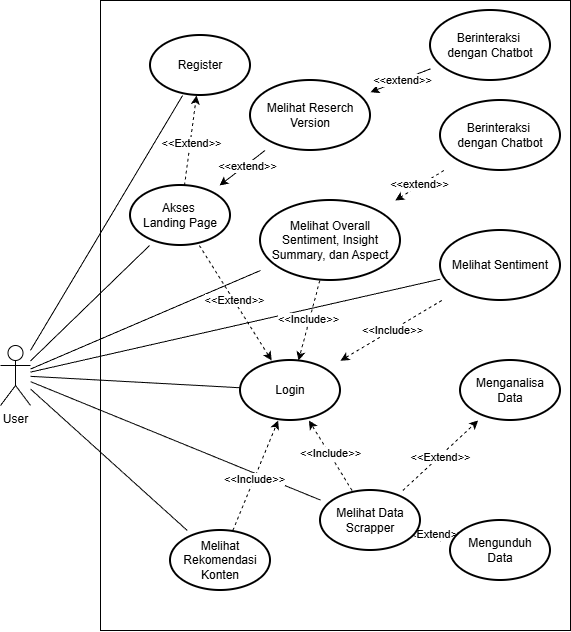
This is gambar/usecase-TA.png from NasFahmi/Laporan-Tugas-Akhir, a draw.io export, as it was before one commit. Source tidied: cells renumbered, new cells last; positions are measured from the earlier drawing's top-left corner, leaving out a move shared by most shapes.
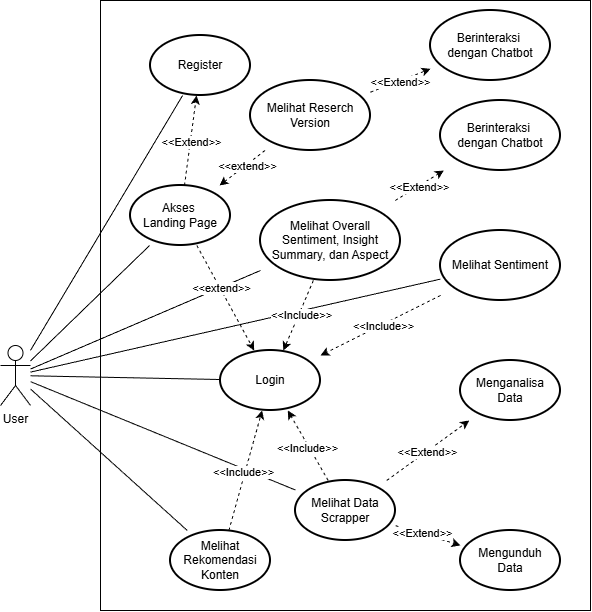
The same file after the commit.

Change to the diagram source:
```diff
@@ -3,135 +3,139 @@
     <mxCell id="0" />
     <mxCell id="1" parent="0" />
     <mxCell id="2" style="rounded=0;whiteSpace=wrap;html=1;fillColor=none;" parent="1" vertex="1">
-      <mxGeometry x="100" width="470" height="630" as="geometry" />
+      <mxGeometry x="100" width="490" height="610" as="geometry" />
     </mxCell>
-    <mxCell id="3" style="rounded=0;jettySize=auto;html=1;strokeColor=default;endArrow=none;endFill=0;" parent="1" edge="1" source="9" target="25">
+    <mxCell id="3" style="rounded=0;jettySize=auto;html=1;strokeColor=default;endArrow=none;endFill=0;" parent="1" edge="1" source="9" target="17">
       <mxGeometry relative="1" as="geometry" />
     </mxCell>
-    <mxCell id="4" style="rounded=0;jettySize=auto;html=1;endArrow=none;endFill=0;" parent="1" edge="1" source="9" target="29">
+    <mxCell id="4" style="rounded=0;jettySize=auto;html=1;endArrow=none;endFill=0;" parent="1" edge="1" source="9" target="23">
       <mxGeometry relative="1" as="geometry" />
     </mxCell>
-    <mxCell id="5" style="rounded=0;jettySize=auto;html=1;endArrow=none;endFill=0;" parent="1" edge="1" source="9" target="17">
+    <mxCell id="5" style="rounded=0;jettySize=auto;html=1;endArrow=none;endFill=0;" parent="1" edge="1" source="9" target="11">
       <mxGeometry relative="1" as="geometry" />
     </mxCell>
-    <mxCell id="6" style="rounded=0;jettySize=auto;html=1;endArrow=none;endFill=0;" parent="1" edge="1" source="9" target="24">
+    <mxCell id="6" style="rounded=0;jettySize=auto;html=1;endArrow=none;endFill=0;" parent="1" edge="1" source="9" target="16">
       <mxGeometry relative="1" as="geometry" />
     </mxCell>
-    <mxCell id="7" style="rounded=0;jettySize=auto;html=1;endArrow=none;endFill=0;" parent="1" edge="1" source="9" target="14">
+    <mxCell id="7" style="rounded=0;jettySize=auto;html=1;endArrow=none;endFill=0;" parent="1" edge="1" source="9" target="10">
       <mxGeometry relative="1" as="geometry" />
     </mxCell>
-    <mxCell id="8" style="rounded=0;jettySize=auto;html=1;endArrow=none;endFill=0;" parent="1" edge="1" source="9" target="26">
+    <mxCell id="8" style="rounded=0;jettySize=auto;html=1;endArrow=none;endFill=0;" parent="1" edge="1" source="9" target="18">
       <mxGeometry relative="1" as="geometry" />
     </mxCell>
     <mxCell id="9" value="User" style="shape=umlActor;verticalLabelPosition=bottom;verticalAlign=top;html=1;outlineConnect=0;" parent="1" vertex="1">
       <mxGeometry y="345" width="30" height="60" as="geometry" />
     </mxCell>
-    <mxCell id="10" style="rounded=0;jettySize=auto;html=1;dashed=1;" parent="1" edge="1" source="29" target="25">
-      <mxGeometry relative="1" as="geometry" />
+    <mxCell id="10" value="Melihat Sentiment" style="strokeWidth=2;html=1;shape=mxgraph.flowchart.start_1;whiteSpace=wrap;" parent="1" vertex="1">
+      <mxGeometry x="440" y="230" width="120" height="70" as="geometry" />
     </mxCell>
-    <mxCell id="11" value="&amp;lt;&amp;lt;Include&amp;gt;&amp;gt;" style="edgeLabel;html=1;align=center;verticalAlign=middle;points=[];" parent="10" vertex="1">
-      <mxGeometry x="-0.03" y="-2" relative="1" as="geometry" />
+    <mxCell id="11" value="Melihat Rekomendasi Konten" style="strokeWidth=2;html=1;shape=mxgraph.flowchart.start_1;whiteSpace=wrap;" parent="1" vertex="1">
+      <mxGeometry x="170" y="530" width="100" height="60" as="geometry" />
     </mxCell>
-    <mxCell id="12" style="rounded=0;jettySize=auto;html=1;dashed=1;" parent="1" edge="1" source="14" target="25">
+    <mxCell id="12" style="rounded=0;jettySize=auto;html=1;dashed=1;" parent="1" edge="1" source="16" target="19">
       <mxGeometry relative="1" as="geometry" />
     </mxCell>
-    <mxCell id="13" value="&amp;lt;&amp;lt;Include&amp;gt;&amp;gt;" style="edgeLabel;html=1;align=center;verticalAlign=middle;" parent="12" vertex="1">
-      <mxGeometry x="-0.01" relative="1" as="geometry" />
+    <mxCell id="13" value="&amp;lt;&amp;lt;Extend&amp;gt;&amp;gt;" style="edgeLabel;html=1;align=center;verticalAlign=middle;" parent="12" vertex="1">
+      <mxGeometry x="-0.18" y="1" relative="1" as="geometry" />
     </mxCell>
-    <mxCell id="14" value="Melihat Sentiment" style="strokeWidth=2;html=1;shape=mxgraph.flowchart.start_1;whiteSpace=wrap;" parent="1" vertex="1">
-      <mxGeometry x="440" y="230" width="120" height="70" as="geometry" />
+    <mxCell id="14" style="rounded=0;jettySize=auto;html=1;dashed=1;" parent="1" edge="1" source="16" target="20">
+      <mxGeometry relative="1" as="geometry" />
     </mxCell>
-    <mxCell id="15" style="rounded=0;jettySize=auto;html=1;dashed=1;" parent="1" edge="1" source="17" target="25">
-      <mxGeometry relative="1" as="geometry" />
+    <mxCell id="15" value="&amp;lt;&amp;lt;Extend&amp;gt;&amp;gt;" style="edgeLabel;html=1;align=center;verticalAlign=middle;" parent="14" vertex="1">
+      <mxGeometry x="-0.03" relative="1" as="geometry">
+        <mxPoint y="1" as="offset" />
+      </mxGeometry>
     </mxCell>
-    <mxCell id="16" value="&amp;lt;&amp;lt;Include&amp;gt;&amp;gt;" style="edgeLabel;html=1;align=center;verticalAlign=middle;points=[];" parent="15" vertex="1">
-      <mxGeometry x="-0.06" relative="1" as="geometry" />
+    <mxCell id="16" value="Melihat Data Scrapper" style="strokeWidth=2;html=1;shape=mxgraph.flowchart.start_1;whiteSpace=wrap;" parent="1" vertex="1">
+      <mxGeometry x="295" y="480" width="100" height="60" as="geometry" />
     </mxCell>
-    <mxCell id="17" value="Melihat Rekomendasi Konten" style="strokeWidth=2;html=1;shape=mxgraph.flowchart.start_1;whiteSpace=wrap;" parent="1" vertex="1">
-      <mxGeometry x="170" y="530" width="100" height="60" as="geometry" />
+    <mxCell id="17" value="Login" style="strokeWidth=2;html=1;shape=mxgraph.flowchart.start_1;whiteSpace=wrap;" parent="1" vertex="1">
+      <mxGeometry x="220" y="350" width="100" height="60" as="geometry" />
     </mxCell>
-    <mxCell id="18" style="rounded=0;jettySize=auto;html=1;dashed=1;" parent="1" edge="1" source="24" target="25">
-      <mxGeometry relative="1" as="geometry" />
+    <mxCell id="18" value="Register" style="strokeWidth=2;html=1;shape=mxgraph.flowchart.start_1;whiteSpace=wrap;" parent="1" vertex="1">
+      <mxGeometry x="150" y="35" width="100" height="60" as="geometry" />
     </mxCell>
-    <mxCell id="19" value="&amp;lt;&amp;lt;Include&amp;gt;&amp;gt;" style="edgeLabel;html=1;align=center;verticalAlign=middle;points=[];" parent="18" vertex="1">
-      <mxGeometry x="0.07" y="-1" relative="1" as="geometry" />
+    <mxCell id="19" value="Mengunduh&lt;div&gt;&lt;span style=&quot;background-color: transparent; color: light-dark(rgb(0, 0, 0), rgb(255, 255, 255));&quot;&gt;Data&lt;/span&gt;&lt;/div&gt;" style="strokeWidth=2;html=1;shape=mxgraph.flowchart.start_1;whiteSpace=wrap;" parent="1" vertex="1">
+      <mxGeometry x="460" y="530" width="100" height="60" as="geometry" />
     </mxCell>
-    <mxCell id="20" style="rounded=0;jettySize=auto;html=1;dashed=1;" parent="1" edge="1" source="24" target="27">
-      <mxGeometry relative="1" as="geometry" />
+    <mxCell id="20" value="Menganalisa&lt;div&gt;Data&lt;/div&gt;" style="strokeWidth=2;html=1;shape=mxgraph.flowchart.start_1;whiteSpace=wrap;" parent="1" vertex="1">
+      <mxGeometry x="460" y="360" width="100" height="60" as="geometry" />
     </mxCell>
-    <mxCell id="21" value="&amp;lt;&amp;lt;Extend&amp;gt;&amp;gt;" style="edgeLabel;html=1;align=center;verticalAlign=middle;" parent="20" vertex="1">
-      <mxGeometry x="-0.18" y="1" relative="1" as="geometry" />
+    <mxCell id="21" style="rounded=0;jettySize=auto;html=1;dashed=1;" parent="1" edge="1" source="23" target="17">
+      <mxGeometry relative="1" as="geometry" />
     </mxCell>
-    <mxCell id="22" style="rounded=0;jettySize=auto;html=1;dashed=1;" parent="1" edge="1" source="24" target="28">
-      <mxGeometry relative="1" as="geometry" />
+    <mxCell id="22" value="&amp;lt;&amp;lt;Include&amp;gt;&amp;gt;" style="edgeLabel;html=1;align=center;verticalAlign=middle;" parent="21" vertex="1">
+      <mxGeometry x="-0.04" y="2" relative="1" as="geometry" />
     </mxCell>
-    <mxCell id="23" value="&amp;lt;&amp;lt;Extend&amp;gt;&amp;gt;" style="edgeLabel;html=1;align=center;verticalAlign=middle;points=[];" parent="22" vertex="1">
-      <mxGeometry x="-0.03" relative="1" as="geometry">
-        <mxPoint y="1" as="offset" />
-      </mxGeometry>
+    <mxCell id="23" value="Melihat Overall Sentiment, Insight Summary, dan Aspect" style="strokeWidth=2;html=1;shape=mxgraph.flowchart.start_1;whiteSpace=wrap;" parent="1" vertex="1">
+      <mxGeometry x="260" y="200" width="140" height="80" as="geometry" />
     </mxCell>
-    <mxCell id="24" value="Melihat Data Scrapper" style="strokeWidth=2;html=1;shape=mxgraph.flowchart.start_1;whiteSpace=wrap;" parent="1" vertex="1">
-      <mxGeometry x="320" y="490" width="100" height="60" as="geometry" />
+    <mxCell id="24" style="rounded=0;jettySize=auto;html=1;dashed=1;" parent="1" edge="1" source="27" target="18">
+      <mxGeometry relative="1" as="geometry" />
     </mxCell>
-    <mxCell id="25" value="Login" style="strokeWidth=2;html=1;shape=mxgraph.flowchart.start_1;whiteSpace=wrap;" parent="1" vertex="1">
-      <mxGeometry x="240" y="360" width="100" height="60" as="geometry" />
+    <mxCell id="25" value="&amp;lt;&amp;lt;Extend&amp;gt;&amp;gt;" style="edgeLabel;html=1;align=center;verticalAlign=middle;points=[];" parent="24" vertex="1">
+      <mxGeometry x="-0.05" y="-1" relative="1" as="geometry" />
     </mxCell>
-    <mxCell id="26" value="Register" style="strokeWidth=2;html=1;shape=mxgraph.flowchart.start_1;whiteSpace=wrap;" parent="1" vertex="1">
-      <mxGeometry x="150" y="35" width="100" height="60" as="geometry" />
+    <mxCell id="26" style="rounded=0;jettySize=auto;html=1;endArrow=none;endFill=0;" parent="1" edge="1" source="9" target="27">
+      <mxGeometry relative="1" as="geometry" />
     </mxCell>
-    <mxCell id="27" value="Mengunduh&lt;div&gt;&lt;span style=&quot;background-color: transparent; color: light-dark(rgb(0, 0, 0), rgb(255, 255, 255));&quot;&gt;Data&lt;/span&gt;&lt;/div&gt;" style="strokeWidth=2;html=1;shape=mxgraph.flowchart.start_1;whiteSpace=wrap;" parent="1" vertex="1">
-      <mxGeometry x="450" y="520" width="100" height="60" as="geometry" />
+    <mxCell id="27" value="Akses&amp;nbsp;&lt;div&gt;Landing Page&lt;/div&gt;" style="strokeWidth=2;html=1;shape=mxgraph.flowchart.start_1;whiteSpace=wrap;" parent="1" vertex="1">
+      <mxGeometry x="130" y="185" width="100" height="60" as="geometry" />
     </mxCell>
-    <mxCell id="28" value="Menganalisa&lt;div&gt;Data&lt;/div&gt;" style="strokeWidth=2;html=1;shape=mxgraph.flowchart.start_1;whiteSpace=wrap;" parent="1" vertex="1">
-      <mxGeometry x="460" y="360" width="100" height="60" as="geometry" />
+    <mxCell id="28" value="Berinteraksi&amp;nbsp;&lt;div&gt;dengan&amp;nbsp;&lt;span style=&quot;background-color: transparent; color: light-dark(rgb(0, 0, 0), rgb(255, 255, 255));&quot;&gt;Chatbot&lt;/span&gt;&lt;/div&gt;" style="strokeWidth=2;html=1;shape=mxgraph.flowchart.start_1;whiteSpace=wrap;" parent="1" vertex="1">
+      <mxGeometry x="440" y="100" width="120" height="70" as="geometry" />
     </mxCell>
-    <mxCell id="29" value="Melihat Overall Sentiment, Insight Summary, dan Aspect" style="strokeWidth=2;html=1;shape=mxgraph.flowchart.start_1;whiteSpace=wrap;" parent="1" vertex="1">
-      <mxGeometry x="260" y="200" width="140" height="80" as="geometry" />
+    <mxCell id="29" style="rounded=0;jettySize=auto;html=1;dashed=1;" parent="1" edge="1" source="31" target="27">
+      <mxGeometry relative="1" as="geometry" />
     </mxCell>
-    <mxCell id="30" style="rounded=0;jettySize=auto;html=1;dashed=1;" parent="1" edge="1" source="35" target="26">
-      <mxGeometry relative="1" as="geometry" />
+    <mxCell id="30" value="&amp;lt;&amp;lt;extend&amp;gt;&amp;gt;" style="edgeLabel;html=1;align=center;verticalAlign=middle;" parent="29" vertex="1">
+      <mxGeometry x="-0.18" y="1" relative="1" as="geometry" />
     </mxCell>
-    <mxCell id="31" value="&amp;lt;&amp;lt;Extend&amp;gt;&amp;gt;" style="edgeLabel;html=1;align=center;verticalAlign=middle;points=[];" parent="30" vertex="1">
-      <mxGeometry x="-0.05" y="-1" relative="1" as="geometry" />
+    <mxCell id="31" value="Melihat Reserch Version" style="strokeWidth=2;html=1;shape=mxgraph.flowchart.start_1;whiteSpace=wrap;" parent="1" vertex="1">
+      <mxGeometry x="250" y="80" width="120" height="70" as="geometry" />
     </mxCell>
-    <mxCell id="32" style="rounded=0;jettySize=auto;html=1;dashed=1;" parent="1" edge="1" source="35" target="25">
-      <mxGeometry relative="1" as="geometry" />
+    <mxCell id="32" value="Berinteraksi&amp;nbsp;&lt;div&gt;dengan&amp;nbsp;&lt;span style=&quot;background-color: transparent; color: light-dark(rgb(0, 0, 0), rgb(255, 255, 255));&quot;&gt;Chatbot&lt;/span&gt;&lt;/div&gt;" style="strokeWidth=2;html=1;shape=mxgraph.flowchart.start_1;whiteSpace=wrap;" parent="1" vertex="1">
+      <mxGeometry x="430" y="10" width="120" height="70" as="geometry" />
     </mxCell>
-    <mxCell id="33" value="&amp;lt;&amp;lt;Extend&amp;gt;&amp;gt;" style="edgeLabel;html=1;align=center;verticalAlign=middle;" parent="32" vertex="1">
-      <mxGeometry x="-0.04" relative="1" as="geometry" />
+    <mxCell id="33" style="rounded=0;jettySize=auto;html=1;dashed=1;" parent="1" edge="1" source="31" target="32">
+      <mxGeometry relative="1" as="geometry" />
     </mxCell>
-    <mxCell id="34" style="rounded=0;jettySize=auto;html=1;endArrow=none;endFill=0;" parent="1" edge="1" source="9" target="35">
-      <mxGeometry relative="1" as="geometry" />
+    <mxCell id="34" value="&amp;lt;&amp;lt;Extend&amp;gt;&amp;gt;" style="edgeLabel;html=1;align=center;verticalAlign=middle;" parent="33" vertex="1">
+      <mxGeometry x="-0.03" relative="1" as="geometry">
+        <mxPoint y="1" as="offset" />
+      </mxGeometry>
     </mxCell>
-    <mxCell id="35" value="Akses&amp;nbsp;&lt;div&gt;Landing Page&lt;/div&gt;" style="strokeWidth=2;html=1;shape=mxgraph.flowchart.start_1;whiteSpace=wrap;" parent="1" vertex="1">
-      <mxGeometry x="130" y="185" width="100" height="60" as="geometry" />
+    <mxCell id="35" style="rounded=0;jettySize=auto;html=1;dashed=1;" parent="1" edge="1" source="23" target="28">
+      <mxGeometry relative="1" as="geometry" />
     </mxCell>
-    <mxCell id="36" value="Berinteraksi&amp;nbsp;&lt;div&gt;dengan&amp;nbsp;&lt;span style=&quot;background-color: transparent; color: light-dark(rgb(0, 0, 0), rgb(255, 255, 255));&quot;&gt;Chatbot&lt;/span&gt;&lt;/div&gt;" style="strokeWidth=2;html=1;shape=mxgraph.flowchart.start_1;whiteSpace=wrap;" parent="1" vertex="1">
-      <mxGeometry x="440" y="100" width="120" height="70" as="geometry" />
+    <mxCell id="36" value="&amp;lt;&amp;lt;Extend&amp;gt;&amp;gt;" style="edgeLabel;html=1;align=center;verticalAlign=middle;points=[];" parent="35" vertex="1">
+      <mxGeometry x="-0.03" relative="1" as="geometry">
+        <mxPoint y="1" as="offset" />
+      </mxGeometry>
     </mxCell>
-    <mxCell id="37" style="rounded=0;jettySize=auto;html=1;dashed=1;" parent="1" edge="1" source="36" target="29">
+    <mxCell id="37" style="rounded=0;jettySize=auto;html=1;dashed=1;" parent="1" edge="1" source="27" target="17">
       <mxGeometry relative="1" as="geometry" />
     </mxCell>
     <mxCell id="38" value="&amp;lt;&amp;lt;extend&amp;gt;&amp;gt;" style="edgeLabel;html=1;align=center;verticalAlign=middle;" parent="37" vertex="1">
-      <mxGeometry x="-0.03" y="-2" relative="1" as="geometry" />
+      <mxGeometry x="-0.18" y="1" relative="1" as="geometry" />
     </mxCell>
-    <mxCell id="39" style="rounded=0;jettySize=auto;html=1;" parent="1" edge="1" source="41" target="35">
+    <mxCell id="39" style="rounded=0;jettySize=auto;html=1;dashed=1;" parent="1" edge="1" source="10" target="17">
       <mxGeometry relative="1" as="geometry" />
     </mxCell>
-    <mxCell id="40" value="&amp;lt;&amp;lt;extend&amp;gt;&amp;gt;" style="edgeLabel;html=1;align=center;verticalAlign=middle;" parent="39" vertex="1">
-      <mxGeometry x="-0.18" y="1" relative="1" as="geometry" />
+    <mxCell id="40" value="&amp;lt;&amp;lt;Include&amp;gt;&amp;gt;" style="edgeLabel;html=1;align=center;verticalAlign=middle;" parent="39" vertex="1">
+      <mxGeometry x="-0.04" y="2" relative="1" as="geometry" />
     </mxCell>
-    <mxCell id="41" value="Melihat Reserch Version" style="strokeWidth=2;html=1;shape=mxgraph.flowchart.start_1;whiteSpace=wrap;" parent="1" vertex="1">
-      <mxGeometry x="250" y="80" width="120" height="70" as="geometry" />
+    <mxCell id="41" style="rounded=0;jettySize=auto;html=1;dashed=1;" parent="1" edge="1" source="11" target="17">
+      <mxGeometry relative="1" as="geometry" />
     </mxCell>
-    <mxCell id="42" style="rounded=0;jettySize=auto;html=1;" parent="1" edge="1" source="44" target="41">
-      <mxGeometry relative="1" as="geometry" />
+    <mxCell id="42" value="&amp;lt;&amp;lt;Include&amp;gt;&amp;gt;" style="edgeLabel;html=1;align=center;verticalAlign=middle;" parent="41" vertex="1">
+      <mxGeometry x="-0.04" y="2" relative="1" as="geometry" />
     </mxCell>
-    <mxCell id="43" value="&amp;lt;&amp;lt;extend&amp;gt;&amp;gt;" style="edgeLabel;html=1;align=center;verticalAlign=middle;" parent="42" vertex="1">
-      <mxGeometry x="-0.05" relative="1" as="geometry" />
+    <mxCell id="43" style="rounded=0;jettySize=auto;html=1;dashed=1;" parent="1" edge="1" source="16" target="17">
+      <mxGeometry relative="1" as="geometry" />
     </mxCell>
-    <mxCell id="44" value="Berinteraksi&amp;nbsp;&lt;div&gt;dengan&amp;nbsp;&lt;span style=&quot;background-color: transparent; color: light-dark(rgb(0, 0, 0), rgb(255, 255, 255));&quot;&gt;Chatbot&lt;/span&gt;&lt;/div&gt;" style="strokeWidth=2;html=1;shape=mxgraph.flowchart.start_1;whiteSpace=wrap;" parent="1" vertex="1">
-      <mxGeometry x="430" y="10" width="120" height="70" as="geometry" />
+    <mxCell id="44" value="&amp;lt;&amp;lt;Include&amp;gt;&amp;gt;" style="edgeLabel;html=1;align=center;verticalAlign=middle;points=[];" parent="43" vertex="1">
+      <mxGeometry x="-0.04" y="2" relative="1" as="geometry" />
     </mxCell>
   </root>
 </mxGraphModel>
```
